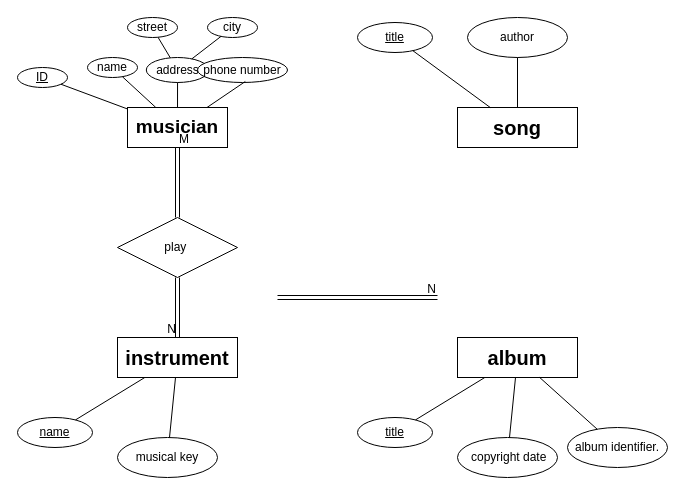
This is DataBase/Session 01/Problem 2.drawio from Mo-Ahmed-Ah/assignment, a draw.io file, before an edit. Source tidied: cells renumbered, new cells numbered last; positions are measured from the earlier drawing's top-left corner, leaving out a move shared by most shapes. Both pictures are drawn from the tidied source at 100%, with x=0, y=0 at pixel (17, 17).
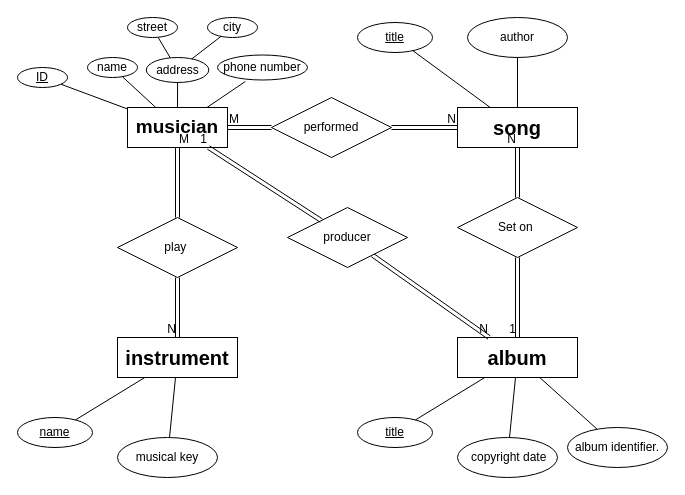
The same page after the edit.

Commit message (it also covers changes not shown here):
ending Problem 2 in Session 01 in DataBase

The change refers to these unchanged cells:
```xml
<mxCell id="2" value="&lt;font style=&quot;font-size: 19px;&quot;&gt;&lt;b&gt;musician&lt;/b&gt;&lt;/font&gt;" style="whiteSpace=wrap;html=1;align=center;" parent="1" vertex="1">
  <mxGeometry x="110" y="90" width="100" height="40" as="geometry" />
</mxCell>
<mxCell id="20" value="&lt;span style=&quot;font-size: 20px;&quot;&gt;&lt;b&gt;album&lt;/b&gt;&lt;/span&gt;" style="whiteSpace=wrap;html=1;align=center;" parent="1" vertex="1">
  <mxGeometry x="440" y="320" width="120" height="40" as="geometry" />
</mxCell>
<mxCell id="27" value="&lt;span style=&quot;font-size: 20px;&quot;&gt;&lt;b&gt;song&lt;/b&gt;&lt;/span&gt;" style="whiteSpace=wrap;html=1;align=center;" parent="1" vertex="1">
  <mxGeometry x="440" y="90" width="120" height="40" as="geometry" />
</mxCell>
```

The edit, as a diff of the source:
```diff
@@
     <mxCell id="13" value="phone number" style="ellipse;whiteSpace=wrap;html=1;align=center;" parent="1" vertex="1">
-      <mxGeometry x="180" y="40" width="90" height="25" as="geometry" />
+      <mxGeometry x="200" y="37.5" width="90" height="25" as="geometry" />
     </mxCell>
@@
-    <mxCell id="37" style="shape=link;html=1;rounded=0;" parent="1" edge="1">
-      <mxGeometry relative="1" as="geometry">
-        <mxPoint x="260" y="280" as="sourcePoint" />
-        <mxPoint x="420" y="280" as="targetPoint" />
-      </mxGeometry>
+    <mxCell id="37" style="shape=link;html=1;rounded=0;" parent="1" edge="1" source="39" target="27">
+      <mxGeometry relative="1" as="geometry" />
     </mxCell>
@@
+    <mxCell id="39" value="Set on&amp;nbsp;" style="shape=rhombus;perimeter=rhombusPerimeter;whiteSpace=wrap;html=1;align=center;" parent="1" vertex="1">
+      <mxGeometry x="440" y="180" width="120" height="60" as="geometry" />
+    </mxCell>
+    <mxCell id="40" style="shape=link;html=1;rounded=0;" parent="1" edge="1" source="39" target="20">
+      <mxGeometry relative="1" as="geometry" />
+    </mxCell>
+    <mxCell id="41" value="1" style="html=1;whiteSpace=wrap;align=right;verticalAlign=bottom;" parent="40" vertex="1">
+      <mxGeometry x="1" relative="1" as="geometry" />
+    </mxCell>
+    <mxCell id="42" style="shape=link;html=1;rounded=0;" parent="1" edge="1" source="46" target="27">
+      <mxGeometry relative="1" as="geometry" />
+    </mxCell>
+    <mxCell id="43" value="N" style="html=1;whiteSpace=wrap;align=right;verticalAlign=bottom;" parent="42" vertex="1">
+      <mxGeometry x="1" relative="1" as="geometry" />
+    </mxCell>
+    <mxCell id="44" style="shape=link;html=1;rounded=0;" parent="1" edge="1" source="2" target="46">
+      <mxGeometry relative="1" as="geometry" />
+    </mxCell>
+    <mxCell id="45" value="M" style="html=1;whiteSpace=wrap;align=left;verticalAlign=bottom;" parent="44" vertex="1">
+      <mxGeometry x="-1" relative="1" as="geometry" />
+    </mxCell>
+    <mxCell id="46" value="performed" style="shape=rhombus;perimeter=rhombusPerimeter;whiteSpace=wrap;html=1;align=center;" parent="1" vertex="1">
+      <mxGeometry x="254" y="80" width="120" height="60" as="geometry" />
+    </mxCell>
+    <mxCell id="47" style="shape=link;html=1;rounded=0;" parent="1" edge="1" source="49" target="20">
+      <mxGeometry relative="1" as="geometry" />
+    </mxCell>
+    <mxCell id="48" value="N" style="html=1;whiteSpace=wrap;align=right;verticalAlign=bottom;" parent="47" vertex="1">
+      <mxGeometry x="1" relative="1" as="geometry" />
+    </mxCell>
+    <mxCell id="49" value="producer" style="shape=rhombus;perimeter=rhombusPerimeter;whiteSpace=wrap;html=1;align=center;" parent="1" vertex="1">
+      <mxGeometry x="270" y="190" width="120" height="60" as="geometry" />
+    </mxCell>
+    <mxCell id="50" style="shape=link;html=1;rounded=0;" parent="1" edge="1" source="49" target="2">
+      <mxGeometry relative="1" as="geometry" />
+    </mxCell>
+    <mxCell id="51" value="1" style="html=1;whiteSpace=wrap;align=right;verticalAlign=bottom;" parent="50" vertex="1">
+      <mxGeometry x="1" relative="1" as="geometry" />
+    </mxCell>
```
